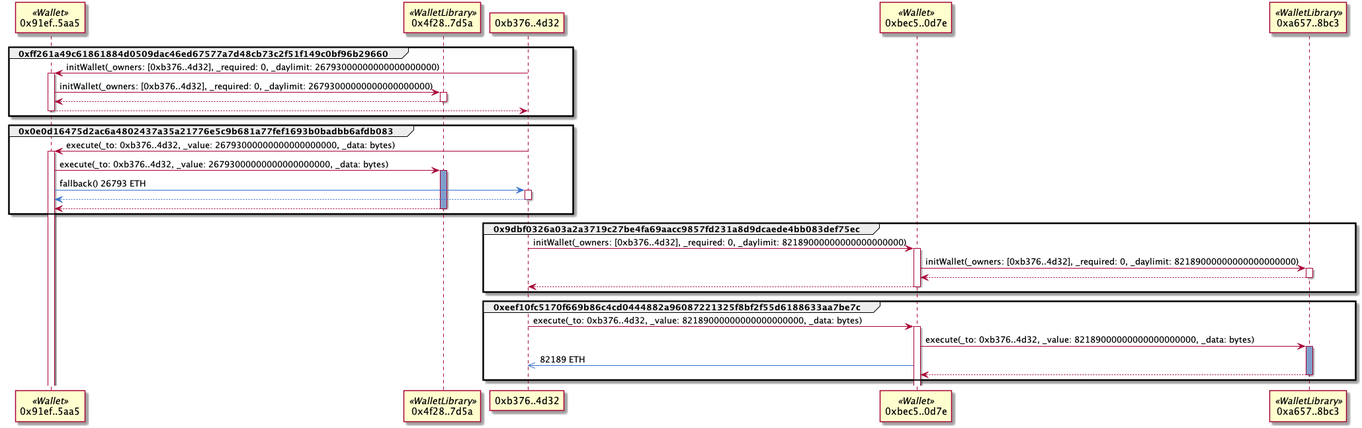
Above: examples/parityMultiSig.png in naddison36/tx2uml (PlantUML), before the change.
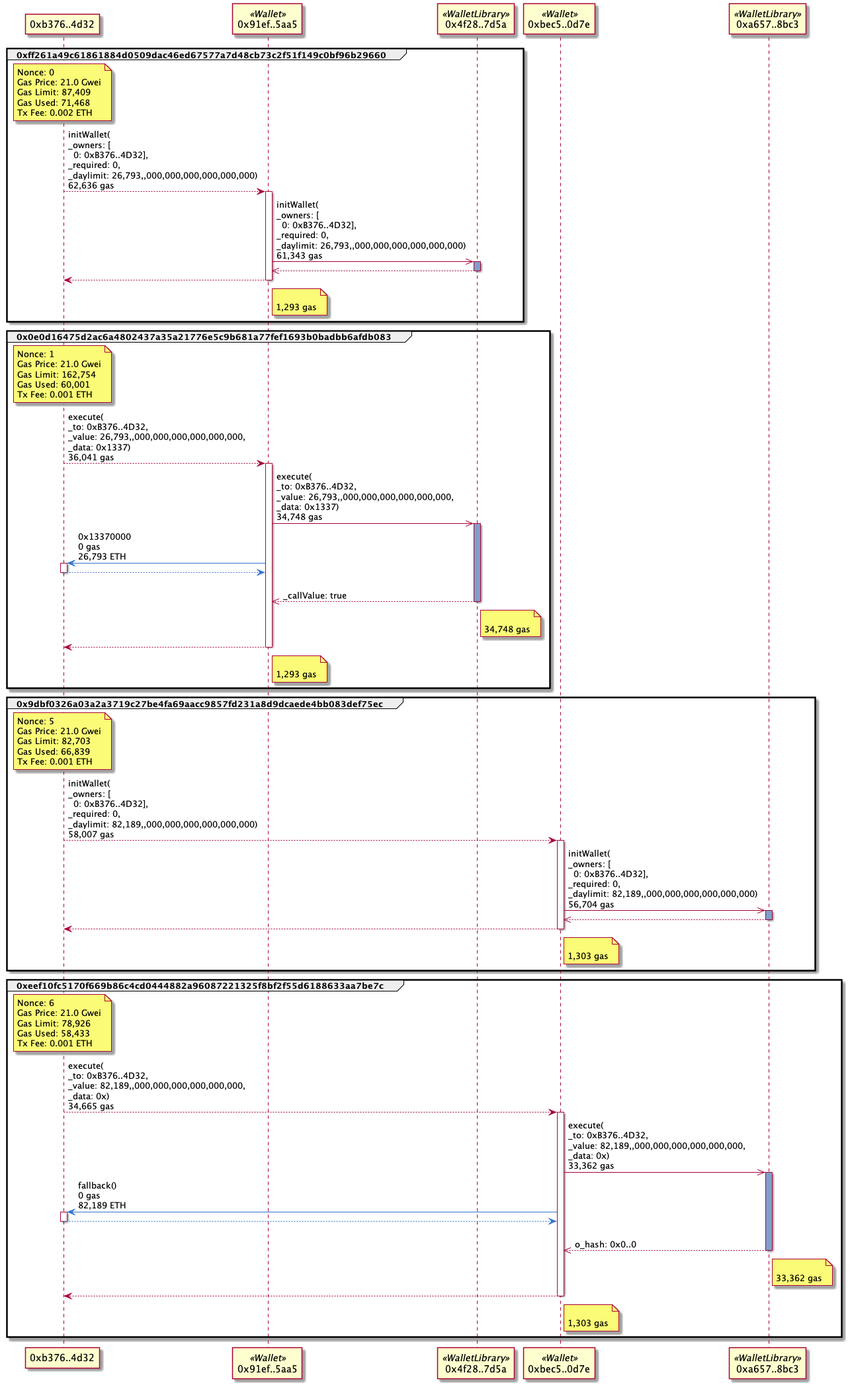
After the commit.

What changed in the source:
```diff
@@ -1,53 +1,85 @@
 @startuml
 
-group 0xff261a49c61861884d0509dac46ed67577a7d48cb73c2f51f149c0bf96b29660
 participant "0xb376..4d32" as b3764d32
 participant "0x91ef..5aa5" as 91ef5aa5 <<Wallet>>
 participant "0x4f28..7d5a" as 4f287d5a <<WalletLibrary>>
-
-b3764d32 -> 91ef5aa5: initWallet(_owners: [0xb376..4d32], _required: 0, _daylimit: 26793000000000000000000)
-activate 91ef5aa5
-91ef5aa5 -> 4f287d5a: initWallet(_owners: [0xb376..4d32], _required: 0, _daylimit: 26793000000000000000000)
-activate 4f287d5a
-return
-return
-end
-group 0x0e0d16475d2ac6a4802437a35a21776e5c9b681a77fef1693b0badbb6afdb083
-participant "0xb376..4d32" as b3764d32
-participant "0x91ef..5aa5" as 91ef5aa5 <<Wallet>>
-participant "0x4f28..7d5a" as 4f287d5a <<WalletLibrary>>
-
-b3764d32 -> 91ef5aa5: execute(_to: 0xb376..4d32, _value: 26793000000000000000000, _data: bytes)
-activate 91ef5aa5
-91ef5aa5 -> 4f287d5a: execute(_to: 0xb376..4d32, _value: 26793000000000000000000, _data: bytes)
-activate 4f287d5a #809ECB
-91ef5aa5 -[#3471CD]> b3764d32: fallback() 26793 ETH
-activate b3764d32
-return
-return
-end
-group 0x9dbf0326a03a2a3719c27be4fa69aacc9857fd231a8d9dcaede4bb083def75ec
-participant "0xb376..4d32" as b3764d32
 participant "0xbec5..0d7e" as bec50d7e <<Wallet>>
 participant "0xa657..8bc3" as a6578bc3 <<WalletLibrary>>
 
-b3764d32 -> bec50d7e: initWallet(_owners: [0xb376..4d32], _required: 0, _daylimit: 82189000000000000000000)
-activate bec50d7e
-bec50d7e -> a6578bc3: initWallet(_owners: [0xb376..4d32], _required: 0, _daylimit: 82189000000000000000000)
-activate a6578bc3
+group 0xff261a49c61861884d0509dac46ed67577a7d48cb73c2f51f149c0bf96b29660
+note over b3764d32
+Nonce: 0
+Gas Price: 21.0 Gwei
+Gas Limit: 87,409
+Gas Used: 71,468
+Tx Fee: 0.002 ETH
+end note
+
+b3764d32 --> 91ef5aa5: initWallet(\n_owners: [\n  0: 0xB376..4D32],\n_required: 0,\n_daylimit: 26,793,,000,000,000,000,000,000)\n62,636 gas
+activate 91ef5aa5
+91ef5aa5 ->> 4f287d5a: initWallet(\n_owners: [\n  0: 0xB376..4D32],\n_required: 0,\n_daylimit: 26,793,,000,000,000,000,000,000)\n61,343 gas
+activate 4f287d5a #809ECB
 return
 return
+note right of 91ef5aa5: \n1,293 gas
+end
+group 0x0e0d16475d2ac6a4802437a35a21776e5c9b681a77fef1693b0badbb6afdb083
+note over b3764d32
+Nonce: 1
+Gas Price: 21.0 Gwei
+Gas Limit: 162,754
+Gas Used: 60,001
+Tx Fee: 0.001 ETH
+end note
+
+b3764d32 --> 91ef5aa5: execute(\n_to: 0xB376..4D32,\n_value: 26,793,,000,000,000,000,000,000,\n_data: 0x1337)\n36,041 gas
+activate 91ef5aa5
+91ef5aa5 ->> 4f287d5a: execute(\n_to: 0xB376..4D32,\n_value: 26,793,,000,000,000,000,000,000,\n_data: 0x1337)\n34,748 gas
+activate 4f287d5a #809ECB
+91ef5aa5 -[#3471CD]> b3764d32: 0x13370000\n0 gas\n26,793 ETH
+activate b3764d32
+return
+return \n_callValue: true
+note right of 4f287d5a: \n34,748 gas
+return
+note right of 91ef5aa5: \n1,293 gas
+end
+group 0x9dbf0326a03a2a3719c27be4fa69aacc9857fd231a8d9dcaede4bb083def75ec
+note over b3764d32
+Nonce: 5
+Gas Price: 21.0 Gwei
+Gas Limit: 82,703
+Gas Used: 66,839
+Tx Fee: 0.001 ETH
+end note
+
+b3764d32 --> bec50d7e: initWallet(\n_owners: [\n  0: 0xB376..4D32],\n_required: 0,\n_daylimit: 82,189,,000,000,000,000,000,000)\n58,007 gas
+activate bec50d7e
+bec50d7e ->> a6578bc3: initWallet(\n_owners: [\n  0: 0xB376..4D32],\n_required: 0,\n_daylimit: 82,189,,000,000,000,000,000,000)\n56,704 gas
+activate a6578bc3 #809ECB
+return
+return
+note right of bec50d7e: \n1,303 gas
 end
 group 0xeef10fc5170f669b86c4cd0444882a96087221325f8bf2f55d6188633aa7be7c
-participant "0xb376..4d32" as b3764d32
-participant "0xbec5..0d7e" as bec50d7e <<Wallet>>
-participant "0xa657..8bc3" as a6578bc3 <<WalletLibrary>>
+note over b3764d32
+Nonce: 6
+Gas Price: 21.0 Gwei
+Gas Limit: 78,926
+Gas Used: 58,433
+Tx Fee: 0.001 ETH
+end note
 
-b3764d32 -> bec50d7e: execute(_to: 0xb376..4d32, _value: 82189000000000000000000, _data: bytes)
+b3764d32 --> bec50d7e: execute(\n_to: 0xB376..4D32,\n_value: 82,189,,000,000,000,000,000,000,\n_data: 0x)\n34,665 gas
 activate bec50d7e
-bec50d7e -> a6578bc3: execute(_to: 0xb376..4d32, _value: 82189000000000000000000, _data: bytes)
+bec50d7e ->> a6578bc3: execute(\n_to: 0xB376..4D32,\n_value: 82,189,,000,000,000,000,000,000,\n_data: 0x)\n33,362 gas
 activate a6578bc3 #809ECB
-bec50d7e -[#3471CD]>> b3764d32: 82189 ETH
+bec50d7e -[#3471CD]> b3764d32: fallback()\n0 gas\n82,189 ETH
+activate b3764d32
 return
+return \no_hash: 0x0..0
+note right of a6578bc3: \n33,362 gas
+return
+note right of bec50d7e: \n1,303 gas
 end
 @endumls
```
